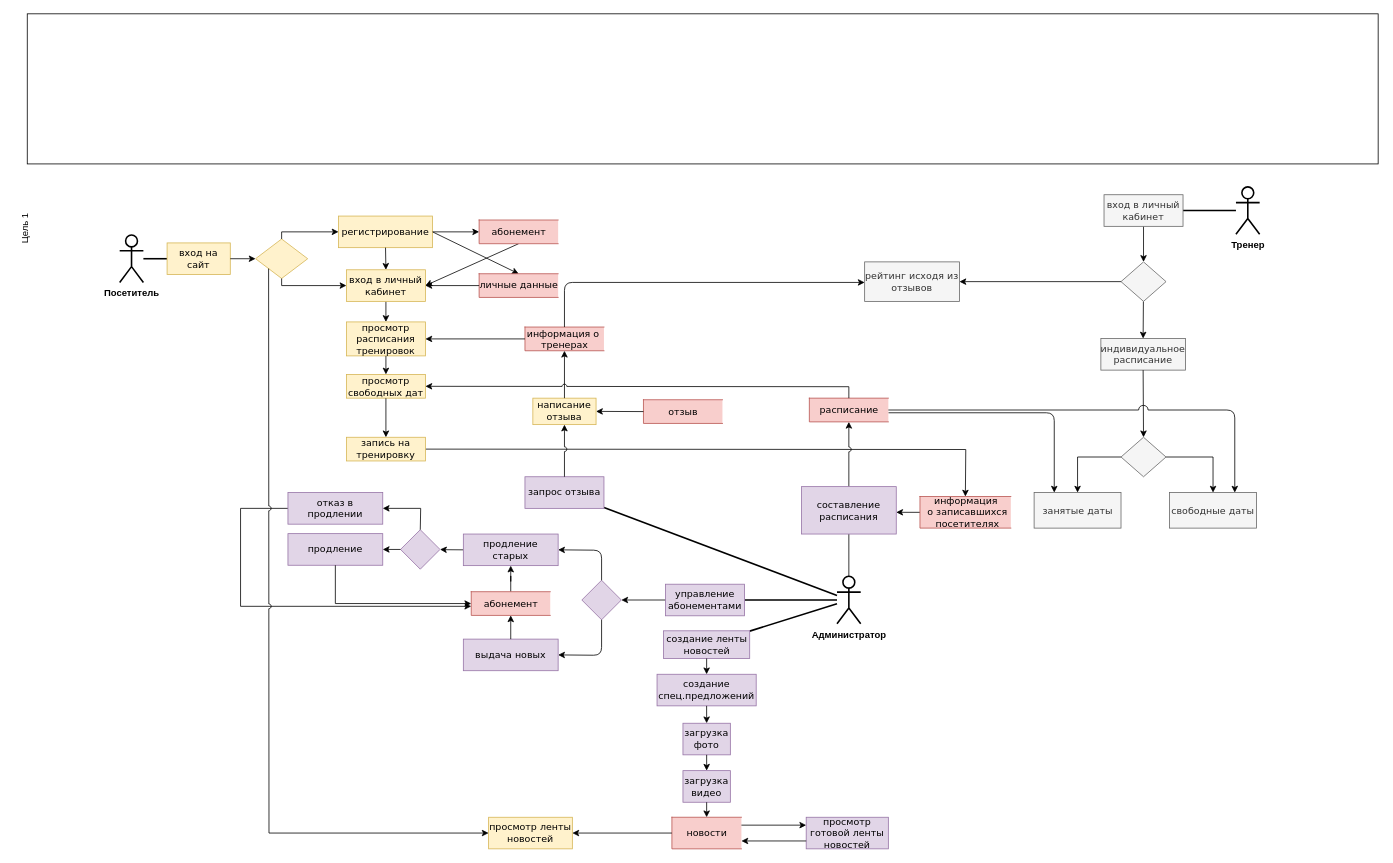
The draw.io diagram page "Page-1" (1 of 2) of Diagrams/DFD2.drawio in yuliapyrikova/-, before the edit. Source tidied: cells renumbered, new cells numbered last; positions are measured from the earlier drawing's top-left corner, leaving out a move shared by most shapes. Both pictures are drawn from the tidied source at 79%, with x=0, y=0 at pixel (-50, 13).
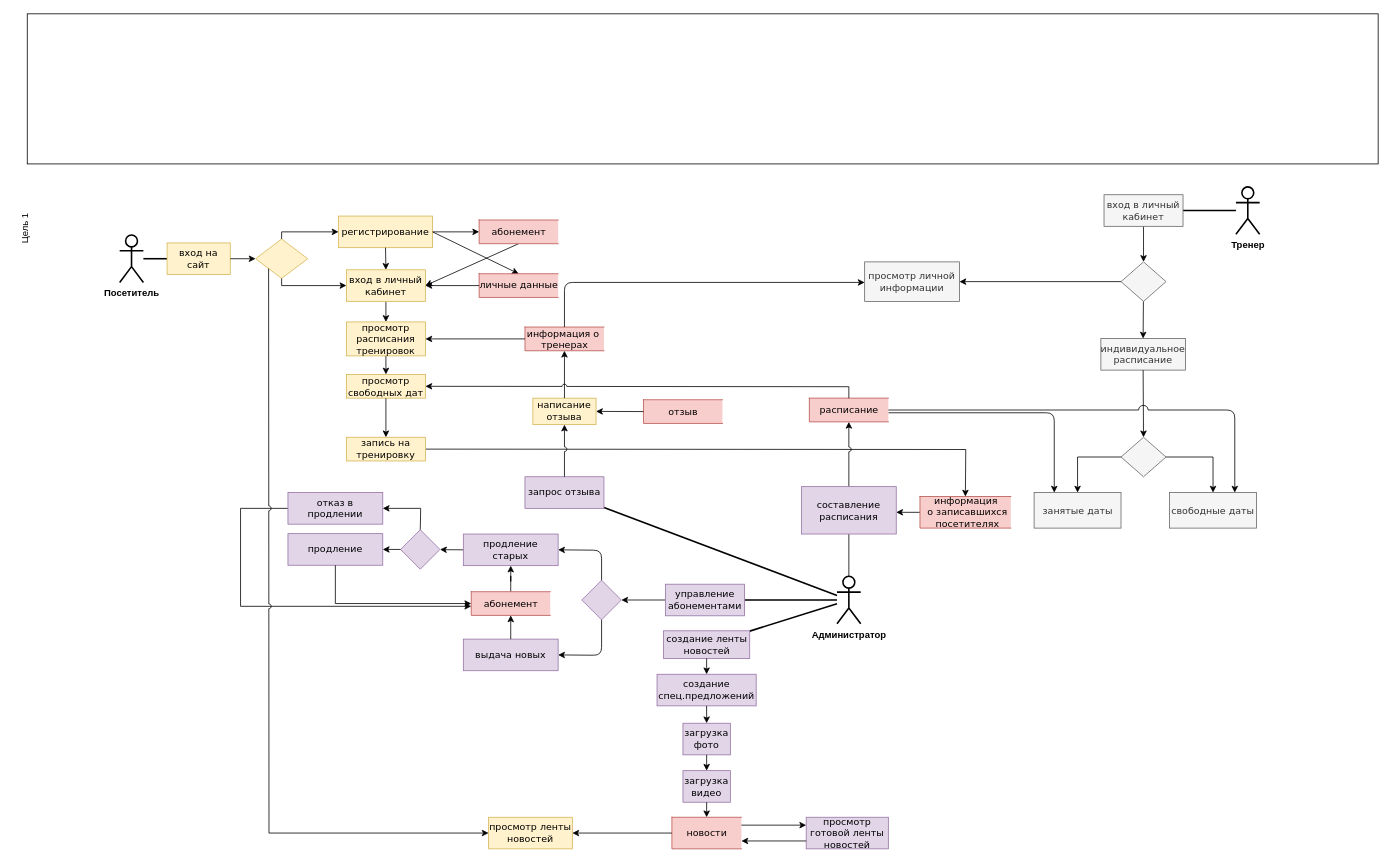
The same page after the edit.

The edit, as a diff of the source:
```diff
@@
-    <mxCell id="44" value="&lt;font face=&quot;Verdana&quot;&gt;рейтинг исходя из отзывов&lt;/font&gt;" style="rounded=0;whiteSpace=wrap;html=1;strokeWidth=1;fillColor=#f5f5f5;strokeColor=#666666;fontColor=#333333;" parent="1" vertex="1">
+    <mxCell id="44" value="&lt;font face=&quot;Verdana&quot;&gt;просмотр личной информации&lt;/font&gt;" style="rounded=0;whiteSpace=wrap;html=1;strokeWidth=1;fillColor=#f5f5f5;strokeColor=#666666;fontColor=#333333;" parent="1" vertex="1">
       <mxGeometry x="1157" y="314" width="120" height="50" as="geometry" />
     </mxCell>
```
